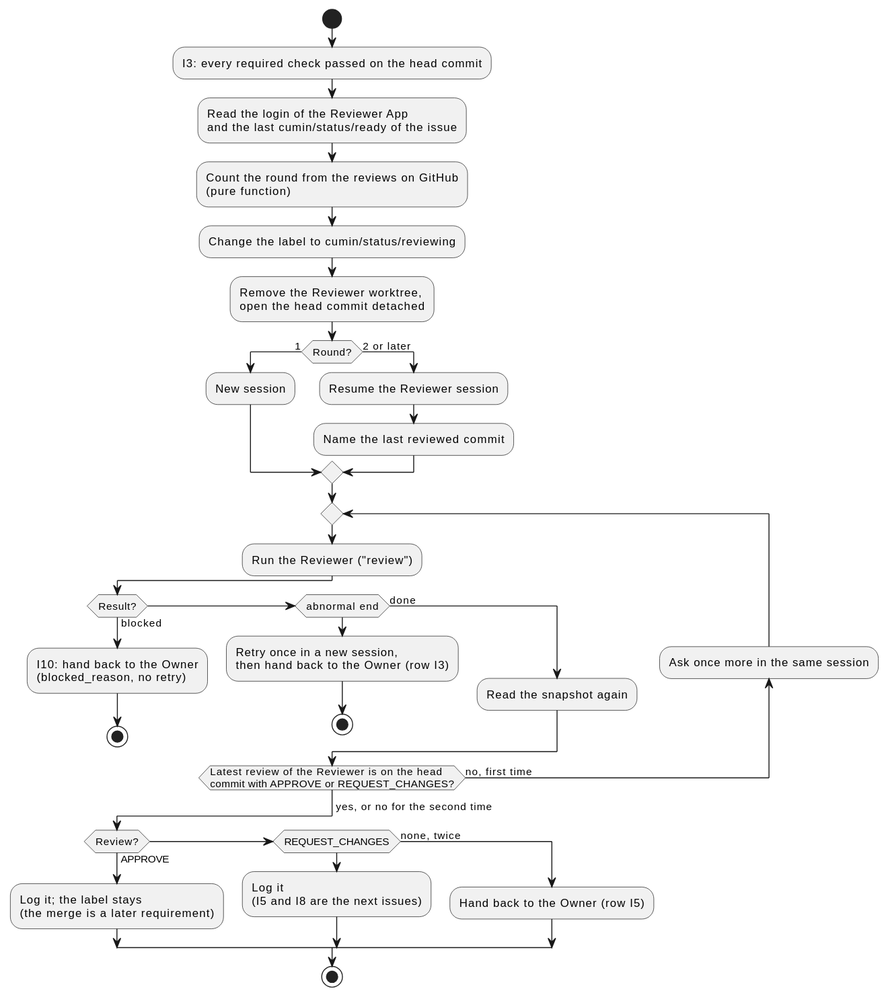
This is docs/ja/designs/poll-review.svg from cloveclovedev/cumin-works, a PlantUML export, as it was before one commit. The source it was exported from:
```plantuml
@startuml
skinparam shadowing false
skinparam defaultFontName sans-serif

start
:I3: every required check passed on the head commit;
:Read the login of the Reviewer App
and the last cumin/status/ready of the issue;
:Count the round from the reviews on GitHub
(pure function);
:Change the label to cumin/status/reviewing;
:Remove the Reviewer worktree,
open the head commit detached;
if (Round?) then (1)
  :New session;
else (2 or later)
  :Resume the Reviewer session;
  :Name the last reviewed commit;
endif
repeat
  :Run the Reviewer ("review");
  if (Result?) then (blocked)
    :I10: hand back to the Owner
    (blocked_reason, no retry);
    stop
  elseif (abnormal end) then
    :Retry once in a new session,
    then hand back to the Owner (row I3);
    stop
  else (done)
    :Read the snapshot again;
  endif
  backward:Ask once more in the same session;
repeat while (Latest review of the Reviewer is on the head
commit with APPROVE or REQUEST_CHANGES?) is (no, first time)
->yes, or no for the second time;
if (Review?) then (APPROVE)
  :Log it; the label stays
  (the merge is a later requirement);
elseif (REQUEST_CHANGES) then
  :Log it
  (I5 and I8 are the next issues);
else (none, twice)
  :Hand back to the Owner (row I5);
endif
stop
@enduml
```
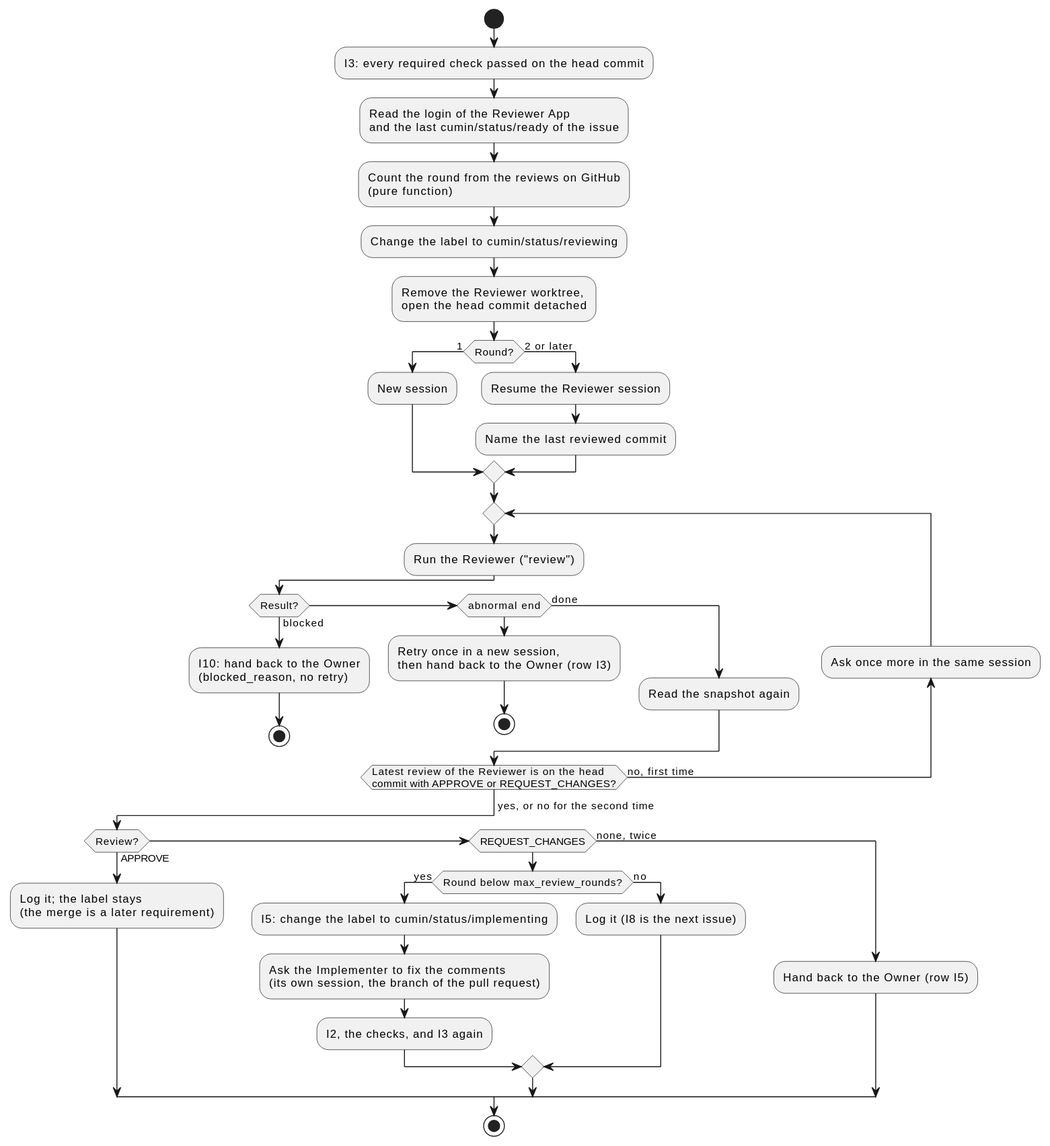
After the commit.

Commit message:
feat(workflow): send the blocking review comments to the Implementer in the same session (I5) (#260)

Diff of the diagram source:
```diff
@@ -38,8 +38,14 @@
   :Log it; the label stays
   (the merge is a later requirement);
 elseif (REQUEST_CHANGES) then
-  :Log it
-  (I5 and I8 are the next issues);
+  if (Round below max_review_rounds?) then (yes)
+    :I5: change the label to cumin/status/implementing;
+    :Ask the Implementer to fix the comments
+    (its own session, the branch of the pull request);
+    :I2, the checks, and I3 again;
+  else (no)
+    :Log it (I8 is the next issue);
+  endif
 else (none, twice)
   :Hand back to the Owner (row I5);
 endif
```
